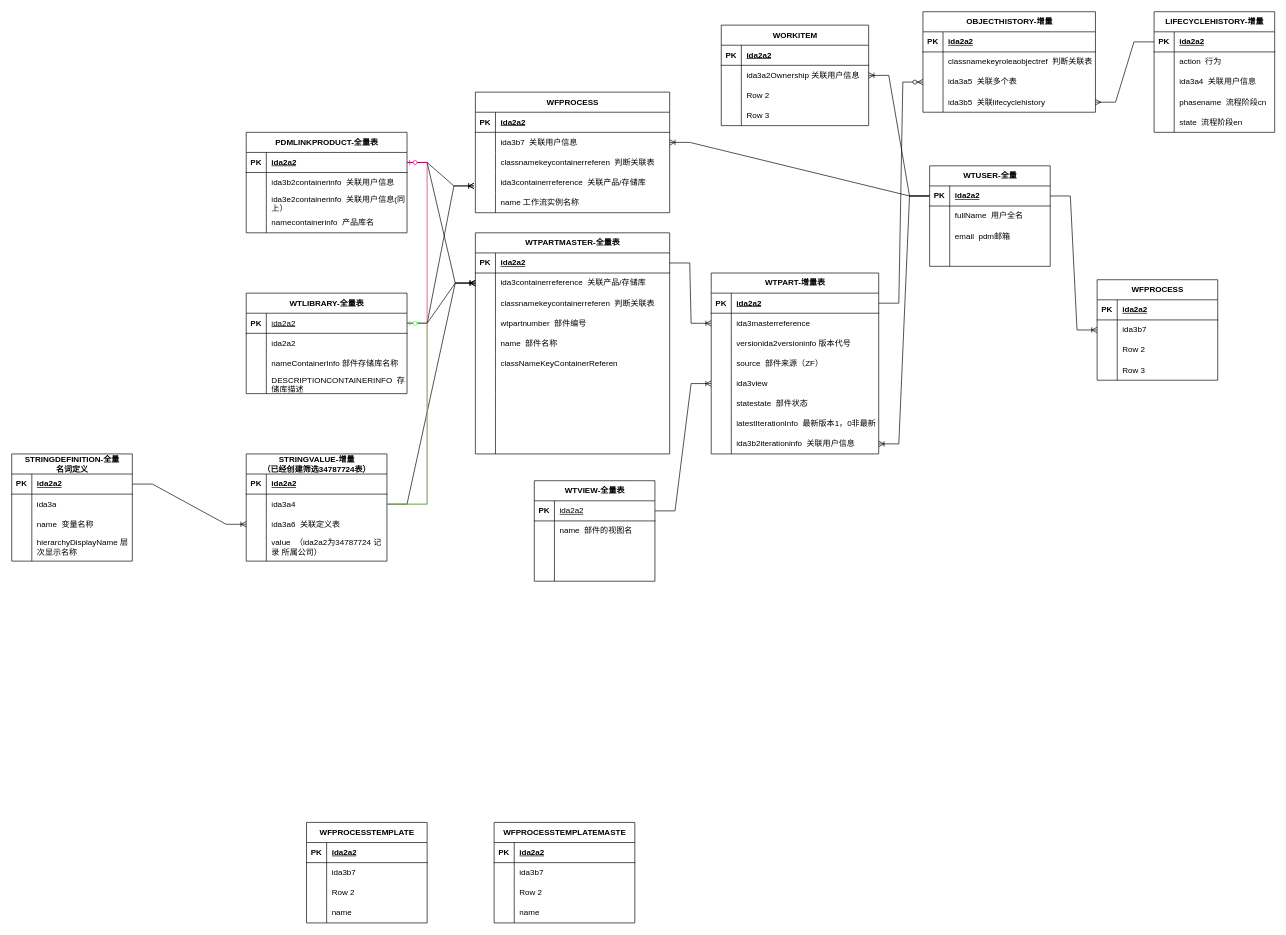
This is pdm数据结构.drawio from fxfng/hello-world, a draw.io file, before an edit. Source tidied: cells renumbered, new cells numbered last; positions are measured from the earlier drawing's top-left corner, leaving out a move shared by most shapes. Both pictures are drawn from the tidied source at 67%, with x=0, y=0 at pixel (11, 11).
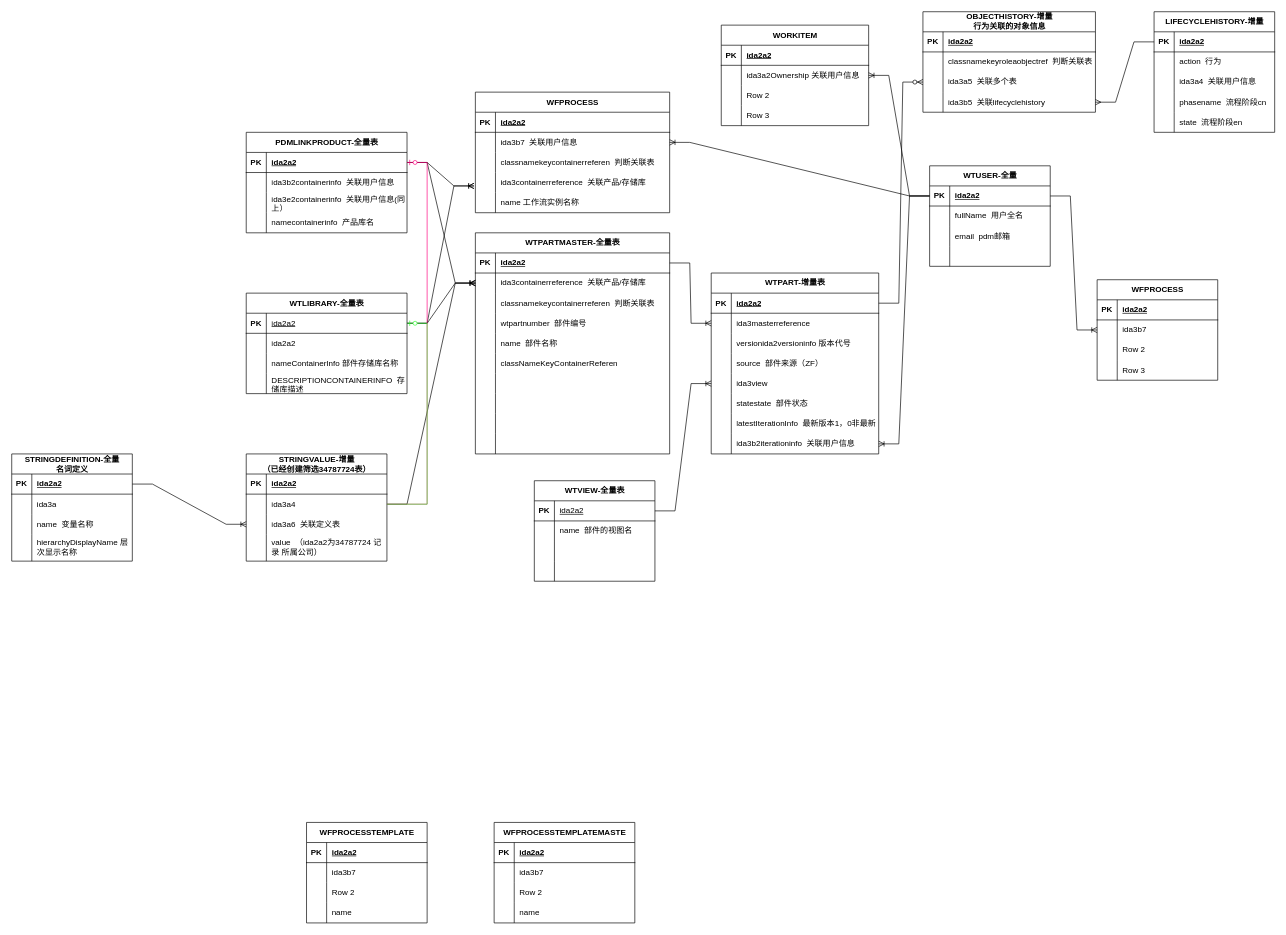
The same page after the edit.

Commit message:
更新pdm数据结构.drawio

What changed in the source:
```diff
@@
-    <mxCell id="126" value="OBJECTHISTORY-增量" style="shape=table;startSize=30;childLayout=tableLayout;rowLines=0;fontStyle=1;align=center;html=1;" parent="1" vertex="1">
+    <mxCell id="126" value="OBJECTHISTORY-增量&lt;br&gt;行为关联的对象信息" style="shape=table;startSize=30;childLayout=tableLayout;rowLines=0;fontStyle=1;align=center;html=1;" parent="1" vertex="1">
       <mxGeometry x="1360" width="257.5" height="150" as="geometry" />
     </mxCell>
```
